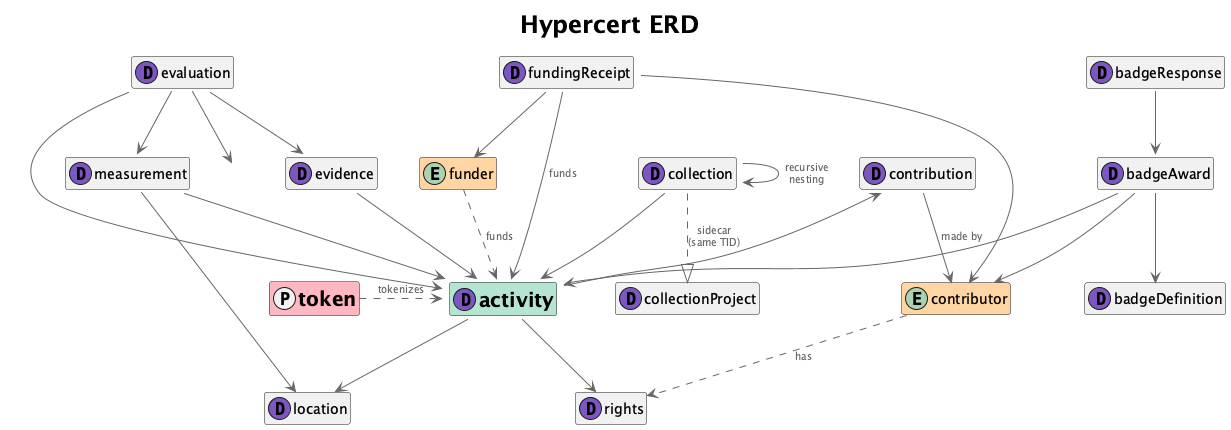
The PlantUML diagram ERD.png in hypercerts-org/hypercerts-lexicon, before a commit.
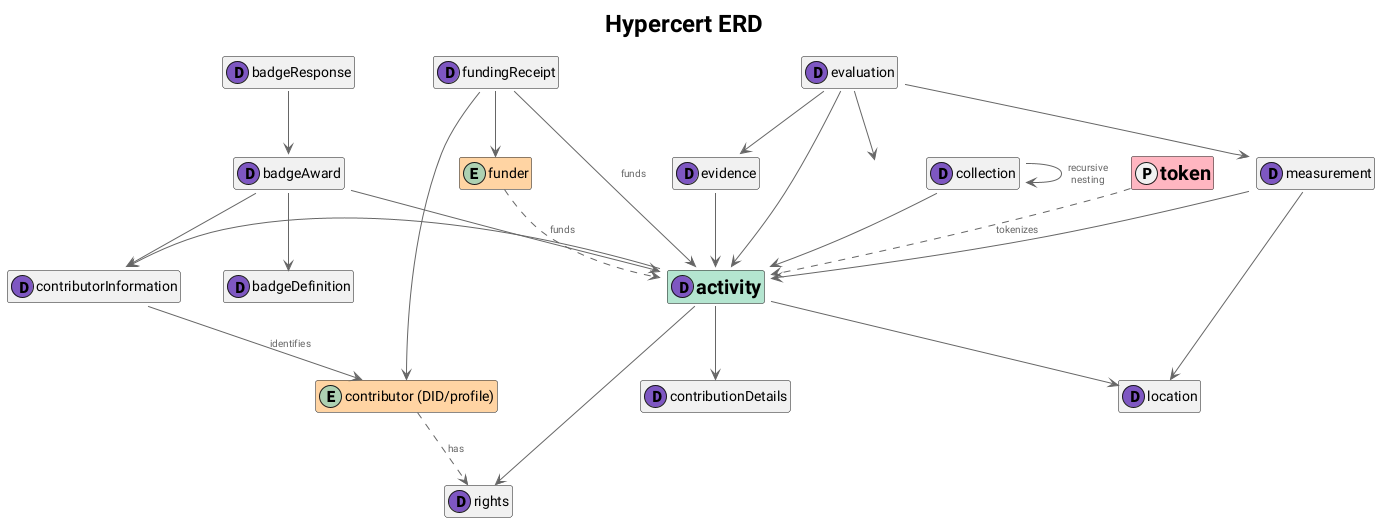
After the change.

Commit message:
create contributor array in activity claim and split contributorJSON into two schemas

The edit, as a diff of the source:
```diff
@@ -38,9 +38,9 @@
 }
 </style>
 
-entity contributor #FFD4A3 {
+entity "contributor (DID/profile)" as contributorEntity #FFD4A3 {
     !if (SHOW_FIELDS == "true")
-    DID or name/pseudonym
+    DID or social profile URI
     !endif
 }
 
@@ -53,7 +53,7 @@
     workScope?
     startDate?
     endDate?
-    contributions[]?
+    contributors[]?
     locations[]?
     rights?
     createdAt
@@ -99,11 +99,19 @@
     !endif
 }
 
-dataclass contribution {
+dataclass contributorInformation {
+    !if (SHOW_FIELDS == "true")
+    identifier?
+    displayName?
+    image?
+    createdAt
+    !endif
+}
+
+dataclass contributionDetails {
     !if (SHOW_FIELDS == "true")
     role?
-    contributors[]
-    description?
+    contributionDescription?
     startDate?
     endDate?
     createdAt
@@ -172,17 +180,6 @@
     !endif
 }
 
-dataclass collectionProject {
-    !if (SHOW_FIELDS == "true")
-    projectTitle?
-    shortProjectDescription?
-    projectDescription (Leaflet ref)
-    avatar?
-    coverPhoto?
-    createdAt
-    !endif
-}
-
 
 entity funder #FFD4A3 {
     !if (SHOW_FIELDS == "true")
@@ -213,7 +210,6 @@
     !endif
 }
 
-activity -l[hidden]-> token
 
 evaluation::subject --> evidence
 evaluation::measurements --> measurement
@@ -248,26 +244,26 @@
 
 collection::items --> activity
 collection::items --> collection : "recursive\nnesting"
-collection ..|> collectionProject : "sidecar\n(same TID)"
 
-activity::contributions -l--> contribution
+activity::contributors -l--> contributorInformation
+activity::contributors --> contributionDetails
 activity::rights --> rights
 activity::locations --> location
 
-contribution::contributors --> contributor : made by
+contributorInformation::identifier --> contributorEntity : identifies
 
 token ..> activity : tokenizes
 funder ..> activity : funds
-contributor ..> rights : has
+contributorEntity ..> rights : has
 
 fundingReceipt::from --> funder
-fundingReceipt::to --> contributor
+fundingReceipt::to --> contributorEntity
 
 fundingReceipt::for --> activity : funds
 
 badgeAward::badge --> badgeDefinition
 badgeResponse::badgeAward --> badgeAward
-badgeAward::subject --> contributor
+badgeAward::subject --> contributorInformation
 badgeAward::subject --> activity
 
 @enduml
```
